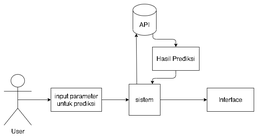
Above: Images/arsitektur_sistem.png in rshby/skripsi (draw.io), before the change. Source tidied: cells renumbered, new cells last; positions are measured from the earlier drawing's top-left corner, leaving out a move shared by most shapes.
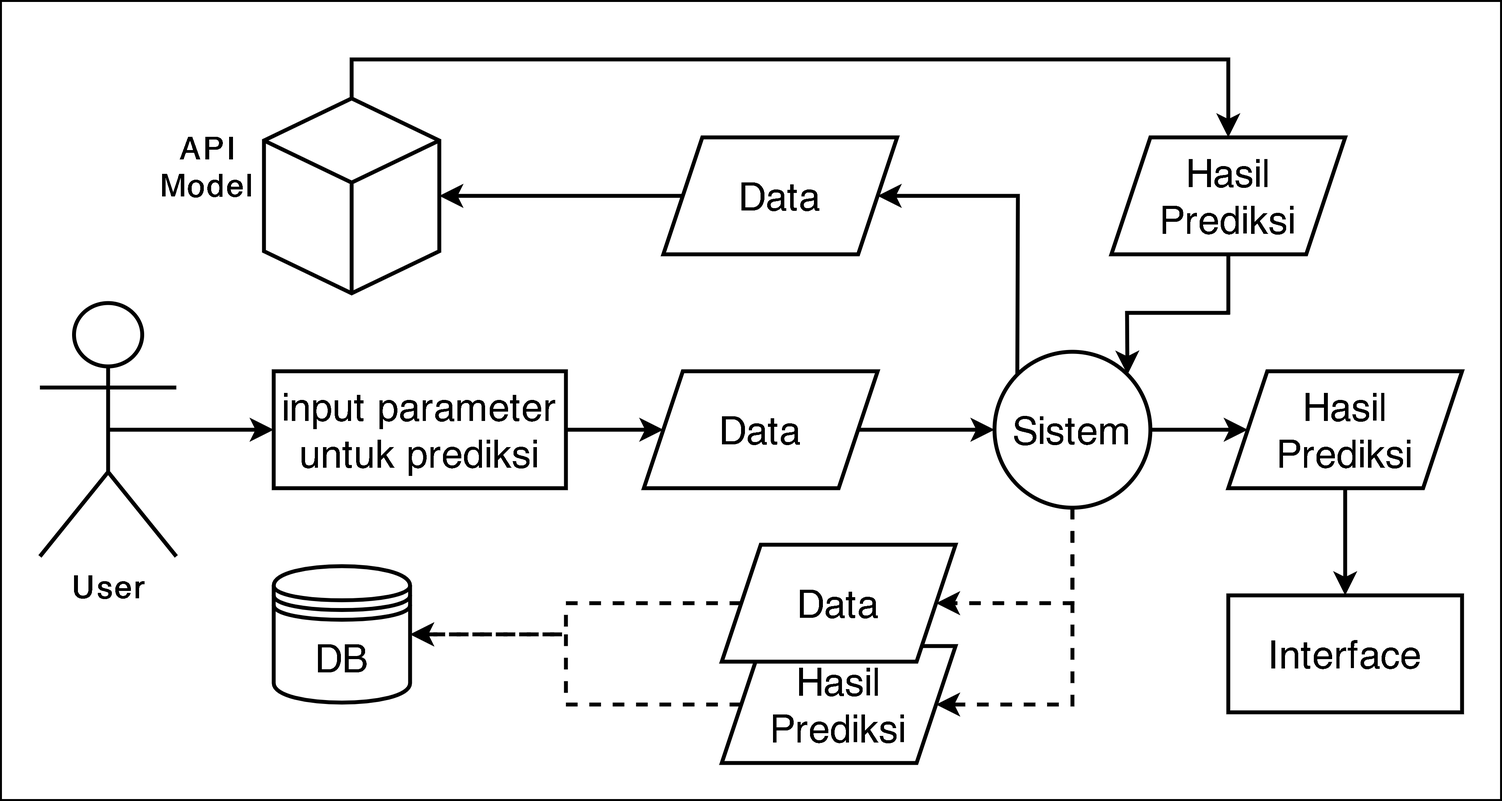
Later version of the same file.

What changed in the source:
```diff
@@ -2,51 +2,125 @@
   <root>
     <mxCell id="0" />
     <mxCell id="1" parent="0" />
+    <mxCell id="14" style="group;" parent="1" vertex="1">
+      <mxGeometry x="-190" y="50" width="770" height="410" as="geometry" />
+    </mxCell>
+    <mxCell id="15" style="rounded=0;whiteSpace=wrap;html=1;strokeWidth=1;" parent="14" vertex="1">
+      <mxGeometry width="770" height="410" as="geometry" />
+    </mxCell>
-    <mxCell id="2" value="&lt;font style=&quot;font-size: 16px&quot;&gt;User&lt;/font&gt;" style="shape=umlActor;verticalLabelPosition=bottom;verticalAlign=top;html=1;outlineConnect=0;" parent="1" vertex="1">
-      <mxGeometry y="180" width="70" height="130" as="geometry" />
+    <mxCell id="2" value="&lt;font style=&quot;font-size: 16px&quot;&gt;&lt;b&gt;User&lt;/b&gt;&lt;/font&gt;" style="shape=umlActor;verticalLabelPosition=bottom;verticalAlign=top;html=1;outlineConnect=0;strokeWidth=2;" parent="14" vertex="1">
+      <mxGeometry x="20" y="155" width="70" height="130" as="geometry" />
     </mxCell>
-    <mxCell id="3" value="&lt;font style=&quot;font-size: 16px&quot;&gt;input parameter&lt;br&gt;untuk prediksi&lt;/font&gt;" style="rounded=0;whiteSpace=wrap;html=1;" parent="1" vertex="1">
-      <mxGeometry x="120" y="215" width="130" height="60" as="geometry" />
+    <mxCell id="3" value="&lt;font style=&quot;font-size: 20px&quot;&gt;input parameter&lt;br&gt;untuk prediksi&lt;/font&gt;" style="rounded=0;whiteSpace=wrap;html=1;strokeWidth=2;" parent="14" vertex="1">
+      <mxGeometry x="140" y="190" width="150" height="60" as="geometry" />
     </mxCell>
-    <mxCell id="4" style="endArrow=classic;html=1;exitX=0.5;exitY=0.5;exitDx=0;exitDy=0;exitPerimeter=0;entryX=0;entryY=0.5;entryDx=0;entryDy=0;" parent="1" edge="1" source="2" target="3">
-      <mxGeometry relative="1" as="geometry" />
-    </mxCell>
-    <mxCell id="5" value="&lt;font style=&quot;font-size: 16px&quot;&gt;sistem&lt;/font&gt;" style="whiteSpace=wrap;html=1;" parent="1" vertex="1">
-      <mxGeometry x="320" y="205" width="80" height="80" as="geometry" />
-    </mxCell>
-    <mxCell id="6" style="endArrow=classic;html=1;exitX=1;exitY=0.5;exitDx=0;exitDy=0;entryX=0;entryY=0.5;entryDx=0;entryDy=0;" parent="1" edge="1" source="3" target="5">
-      <mxGeometry relative="1" as="geometry" />
-    </mxCell>
-    <mxCell id="7" value="&lt;font style=&quot;font-size: 16px&quot;&gt;API&lt;/font&gt;" style="shape=cylinder3;whiteSpace=wrap;html=1;boundedLbl=1;backgroundOutline=1;size=15;" parent="1" vertex="1">
-      <mxGeometry x="330" width="60" height="80" as="geometry" />
-    </mxCell>
-    <mxCell id="8" value="&lt;font style=&quot;font-size: 16px&quot;&gt;Hasil Prediksi&lt;/font&gt;" style="rounded=0;whiteSpace=wrap;html=1;" parent="1" vertex="1">
-      <mxGeometry x="380" y="110" width="120" height="60" as="geometry" />
-    </mxCell>
-    <mxCell id="9" style="endArrow=classic;html=1;exitX=0.25;exitY=0;exitDx=0;exitDy=0;entryX=0.145;entryY=1;entryDx=0;entryDy=-4.35;entryPerimeter=0;" parent="1" edge="1" source="5" target="7">
-      <mxGeometry relative="1" as="geometry" />
-    </mxCell>
-    <mxCell id="10" style="endArrow=classic;html=1;exitX=0.855;exitY=1;exitDx=0;exitDy=-4.35;exitPerimeter=0;entryX=0.5;entryY=0;entryDx=0;entryDy=0;" parent="1" edge="1" source="7" target="8">
-      <mxGeometry relative="1" as="geometry">
-        <Array as="points">
-          <mxPoint x="381" y="90" />
-          <mxPoint x="440" y="90" />
-        </Array>
-      </mxGeometry>
-    </mxCell>
-    <mxCell id="11" style="endArrow=classic;html=1;exitX=0.5;exitY=1;exitDx=0;exitDy=0;entryX=0.75;entryY=0;entryDx=0;entryDy=0;" parent="1" edge="1" source="8" target="5">
-      <mxGeometry relative="1" as="geometry">
-        <Array as="points">
-          <mxPoint x="440" y="190" />
-          <mxPoint x="380" y="190" />
-        </Array>
-      </mxGeometry>
-    </mxCell>
-    <mxCell id="12" value="&lt;font style=&quot;font-size: 16px&quot;&gt;Interface&lt;/font&gt;" style="rounded=0;whiteSpace=wrap;html=1;" parent="1" vertex="1">
-      <mxGeometry x="520" y="215" width="120" height="60" as="geometry" />
+    <mxCell id="12" value="&lt;font style=&quot;font-size: 20px&quot;&gt;Interface&lt;/font&gt;" style="rounded=0;whiteSpace=wrap;html=1;strokeWidth=2;" parent="14" vertex="1">
+      <mxGeometry x="630" y="305" width="120" height="60" as="geometry" />
     </mxCell>
-    <mxCell id="13" style="endArrow=classic;html=1;exitX=1;exitY=0.5;exitDx=0;exitDy=0;entryX=0;entryY=0.5;entryDx=0;entryDy=0;" parent="1" edge="1" source="5" target="12">
+    <mxCell id="13" style="endArrow=classic;html=1;exitX=0.5;exitY=1;exitDx=0;exitDy=0;entryX=0.5;entryY=0;entryDx=0;entryDy=0;strokeWidth=2;" parent="14" edge="1" source="25" target="12">
       <mxGeometry relative="1" as="geometry" />
     </mxCell>
+    <mxCell id="16" value="&lt;font style=&quot;font-size: 20px&quot;&gt;Hasil&lt;br&gt;Prediksi&lt;/font&gt;" style="shape=parallelogram;perimeter=parallelogramPerimeter;whiteSpace=wrap;html=1;fixedSize=1;strokeWidth=2;" parent="14" vertex="1">
+      <mxGeometry x="570" y="70" width="120" height="60" as="geometry" />
+    </mxCell>
+    <mxCell id="17" value="&lt;span style=&quot;font-size: 20px&quot;&gt;Data&lt;/span&gt;" style="shape=parallelogram;perimeter=parallelogramPerimeter;whiteSpace=wrap;html=1;fixedSize=1;strokeWidth=2;" parent="14" vertex="1">
+      <mxGeometry x="330" y="190" width="120" height="60" as="geometry" />
+    </mxCell>
+    <mxCell id="18" value="&lt;span style=&quot;font-size: 20px&quot;&gt;Data&lt;/span&gt;" style="shape=parallelogram;perimeter=parallelogramPerimeter;whiteSpace=wrap;html=1;fixedSize=1;strokeWidth=2;" parent="14" vertex="1">
+      <mxGeometry x="340" y="70" width="120" height="60" as="geometry" />
+    </mxCell>
+    <mxCell id="4" style="endArrow=classic;html=1;strokeWidth=2;exitX=0.5;exitY=0.5;exitDx=0;exitDy=0;exitPerimeter=0;entryX=0;entryY=0.5;entryDx=0;entryDy=0;" parent="14" edge="1" source="2" target="3">
+      <mxGeometry relative="1" as="geometry" />
+    </mxCell>
+    <mxCell id="19" style="endArrow=classic;html=1;strokeWidth=2;exitX=1;exitY=0.5;exitDx=0;exitDy=0;entryX=0;entryY=0.5;entryDx=0;entryDy=0;" parent="14" edge="1" source="3" target="17">
+      <mxGeometry relative="1" as="geometry" />
+    </mxCell>
+    <mxCell id="20" style="endArrow=classic;html=1;strokeWidth=2;exitX=1;exitY=0.5;exitDx=0;exitDy=0;entryX=0;entryY=0.5;entryDx=0;entryDy=0;" parent="14" edge="1" source="17" target="34">
+      <mxGeometry relative="1" as="geometry" />
+    </mxCell>
+    <mxCell id="21" style="endArrow=classic;html=1;strokeWidth=2;exitX=0;exitY=0;exitDx=0;exitDy=0;entryX=1;entryY=0.5;entryDx=0;entryDy=0;rounded=0;" parent="14" edge="1" source="34" target="18">
+      <mxGeometry relative="1" as="geometry">
+        <Array as="points">
+          <mxPoint x="522" y="100" />
+        </Array>
+      </mxGeometry>
+    </mxCell>
+    <mxCell id="22" style="endArrow=classic;html=1;strokeWidth=2;exitX=0;exitY=0.5;exitDx=0;exitDy=0;entryX=1;entryY=0.5;entryDx=0;entryDy=0;entryPerimeter=0;" parent="14" edge="1" source="18" target="35">
+      <mxGeometry relative="1" as="geometry" />
+    </mxCell>
+    <mxCell id="23" style="endArrow=classic;html=1;strokeWidth=2;exitX=0.5;exitY=0;exitDx=0;exitDy=0;exitPerimeter=0;entryX=0.5;entryY=0;entryDx=0;entryDy=0;rounded=0;" parent="14" edge="1" source="35" target="16">
+      <mxGeometry relative="1" as="geometry">
+        <Array as="points">
+          <mxPoint x="180" y="30" />
+          <mxPoint x="630" y="30" />
+        </Array>
+      </mxGeometry>
+    </mxCell>
+    <mxCell id="24" style="endArrow=classic;html=1;strokeWidth=2;entryX=1;entryY=0;entryDx=0;entryDy=0;exitX=0.5;exitY=1;exitDx=0;exitDy=0;rounded=0;" parent="14" edge="1" source="16" target="34">
+      <mxGeometry relative="1" as="geometry">
+        <Array as="points">
+          <mxPoint x="630" y="160" />
+          <mxPoint x="578" y="160" />
+        </Array>
+      </mxGeometry>
+    </mxCell>
+    <mxCell id="25" value="&lt;font style=&quot;font-size: 20px&quot;&gt;Hasil&lt;br&gt;Prediksi&lt;/font&gt;" style="shape=parallelogram;perimeter=parallelogramPerimeter;whiteSpace=wrap;html=1;fixedSize=1;strokeWidth=2;" parent="14" vertex="1">
+      <mxGeometry x="630" y="190" width="120" height="60" as="geometry" />
+    </mxCell>
+    <mxCell id="26" style="endArrow=classic;html=1;strokeWidth=2;exitX=1;exitY=0.5;exitDx=0;exitDy=0;entryX=0;entryY=0.5;entryDx=0;entryDy=0;" parent="14" edge="1" source="34" target="25">
+      <mxGeometry relative="1" as="geometry" />
+    </mxCell>
+    <mxCell id="27" style="group;" parent="14" vertex="1">
+      <mxGeometry x="370" y="279" width="120" height="112" as="geometry" />
+    </mxCell>
+    <mxCell id="28" value="&lt;font style=&quot;font-size: 20px&quot;&gt;Hasil&lt;br&gt;Prediksi&lt;/font&gt;" style="shape=parallelogram;perimeter=parallelogramPerimeter;whiteSpace=wrap;html=1;fixedSize=1;strokeWidth=2;" parent="27" vertex="1">
+      <mxGeometry y="52" width="120" height="60" as="geometry" />
+    </mxCell>
+    <mxCell id="29" value="&lt;span style=&quot;font-size: 20px&quot;&gt;Data&lt;/span&gt;" style="shape=parallelogram;perimeter=parallelogramPerimeter;whiteSpace=wrap;html=1;fixedSize=1;strokeWidth=2;" parent="27" vertex="1">
+      <mxGeometry width="120" height="60" as="geometry" />
+    </mxCell>
+    <mxCell id="30" style="endArrow=classic;html=1;strokeWidth=2;exitX=0.5;exitY=1;exitDx=0;exitDy=0;entryX=1;entryY=0.5;entryDx=0;entryDy=0;rounded=0;dashed=1;" parent="14" edge="1" target="29">
+      <mxGeometry relative="1" as="geometry">
+        <mxPoint x="550" y="260" as="sourcePoint" />
+        <Array as="points">
+          <mxPoint x="550" y="309" />
+        </Array>
+      </mxGeometry>
+    </mxCell>
+    <mxCell id="31" style="endArrow=classic;html=1;strokeWidth=2;exitX=0.5;exitY=1;exitDx=0;exitDy=0;entryX=1;entryY=0.5;entryDx=0;entryDy=0;rounded=0;dashed=1;" parent="14" edge="1" source="34" target="28">
+      <mxGeometry relative="1" as="geometry">
+        <Array as="points">
+          <mxPoint x="550" y="361" />
+        </Array>
+      </mxGeometry>
+    </mxCell>
+    <mxCell id="32" style="endArrow=classic;html=1;strokeWidth=2;exitX=0;exitY=0.5;exitDx=0;exitDy=0;entryX=1;entryY=0.5;entryDx=0;entryDy=0;rounded=0;dashed=1;" parent="14" edge="1" source="29" target="37">
+      <mxGeometry relative="1" as="geometry">
+        <Array as="points">
+          <mxPoint x="290" y="309" />
+          <mxPoint x="290" y="325" />
+        </Array>
+      </mxGeometry>
+    </mxCell>
+    <mxCell id="33" style="endArrow=classic;html=1;strokeWidth=2;exitX=0;exitY=0.5;exitDx=0;exitDy=0;entryX=1;entryY=0.5;entryDx=0;entryDy=0;rounded=0;dashed=1;" parent="14" edge="1" source="28" target="37">
+      <mxGeometry relative="1" as="geometry">
+        <Array as="points">
+          <mxPoint x="290" y="361" />
+          <mxPoint x="290" y="325" />
+        </Array>
+      </mxGeometry>
+    </mxCell>
+    <mxCell id="34" value="&lt;font style=&quot;font-size: 20px&quot;&gt;Sistem&lt;/font&gt;" style="ellipse;whiteSpace=wrap;html=1;strokeWidth=2;" parent="14" vertex="1">
+      <mxGeometry x="510" y="180" width="80" height="80" as="geometry" />
+    </mxCell>
+    <mxCell id="35" style="html=1;whiteSpace=wrap;shape=isoCube2;backgroundOutline=1;isoAngle=15;strokeWidth=2;" parent="14" vertex="1">
+      <mxGeometry x="135" y="50" width="90" height="100" as="geometry" />
+    </mxCell>
+    <mxCell id="36" value="&lt;font style=&quot;font-size: 16px&quot;&gt;&lt;b&gt;API&lt;br&gt;Model&lt;/b&gt;&lt;/font&gt;" style="text;html=1;align=center;verticalAlign=middle;strokeColor=none;" parent="14" vertex="1">
+      <mxGeometry x="71" y="65" width="70" height="40" as="geometry" />
+    </mxCell>
+    <mxCell id="37" value="&lt;font style=&quot;font-size: 20px&quot;&gt;DB&lt;/font&gt;" style="shape=datastore;whiteSpace=wrap;html=1;strokeWidth=2;" parent="14" vertex="1">
+      <mxGeometry x="140" y="290" width="70" height="70" as="geometry" />
+    </mxCell>
   </root>
 </mxGraphModel>
```
